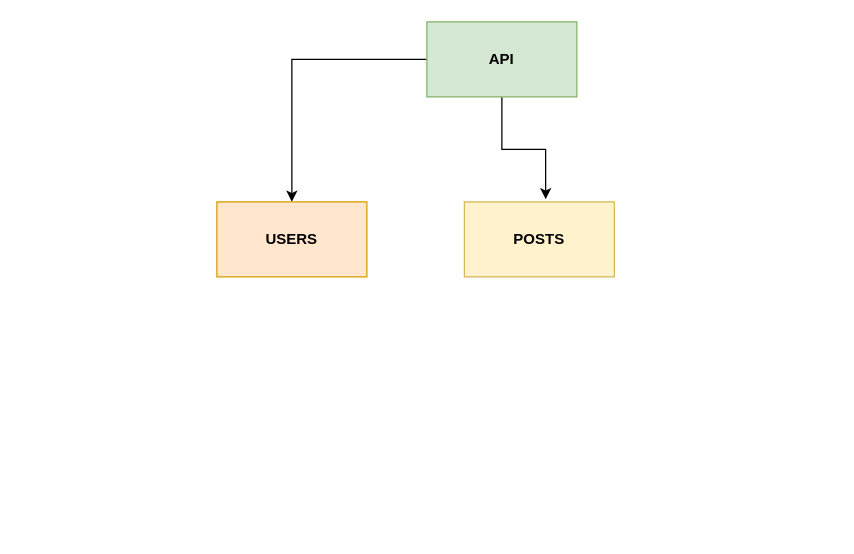
Buzzaw91/BlogStack keeps this draw.io diagram as Blog Stack API.drawio. Above is the earlier version. Source tidied: cells renumbered, new cells numbered last; positions are measured from the earlier drawing's top-left corner, leaving out a move shared by most shapes. Both pictures are drawn from the tidied source at 125%, with x=0, y=0 at pixel (216, 21).
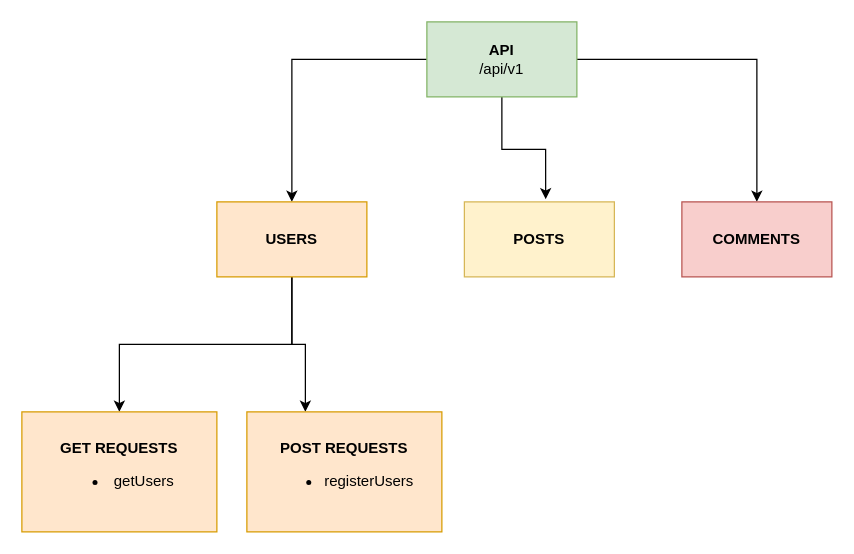
The same diagram, later.

Change to the diagram source:
```diff
@@
 <mxGraphModel>
   <root>
     <mxCell id="0" />
     <mxCell id="1" parent="0" />
     <mxCell id="2" style="edgeStyle=orthogonalEdgeStyle;rounded=0;jettySize=auto;html=1;entryX=0.5;entryY=0;entryDx=0;entryDy=0;" parent="1" edge="1" source="4" target="5">
       <mxGeometry relative="1" as="geometry" />
     </mxCell>
     <mxCell id="3" style="edgeStyle=orthogonalEdgeStyle;rounded=0;jettySize=auto;html=1;entryX=0.542;entryY=-0.036;entryDx=0;entryDy=0;entryPerimeter=0;" parent="1" edge="1" source="4" target="6">
       <mxGeometry relative="1" as="geometry" />
     </mxCell>
+    <mxCell id="7" style="edgeStyle=orthogonalEdgeStyle;rounded=0;jettySize=auto;html=1;entryX=0.5;entryY=0;entryDx=0;entryDy=0;" parent="1" edge="1" source="4" target="10">
+      <mxGeometry relative="1" as="geometry" />
+    </mxCell>
-    <mxCell id="4" value="&lt;b&gt;API&lt;/b&gt;" style="rounded=0;whiteSpace=wrap;html=1;fillColor=#d5e8d4;strokeColor=#82b366;" parent="1" vertex="1">
+    <mxCell id="4" value="&lt;b&gt;API&lt;/b&gt;&lt;br&gt;/api/v1" style="rounded=0;whiteSpace=wrap;html=1;fillColor=#d5e8d4;strokeColor=#82b366;" parent="1" vertex="1">
       <mxGeometry x="168" width="120" height="60" as="geometry" />
     </mxCell>
+    <mxCell id="8" style="edgeStyle=orthogonalEdgeStyle;rounded=0;jettySize=auto;html=1;entryX=0.3;entryY=0;entryDx=0;entryDy=0;entryPerimeter=0;" parent="1" edge="1" source="5" target="12">
+      <mxGeometry relative="1" as="geometry" />
+    </mxCell>
+    <mxCell id="9" style="edgeStyle=orthogonalEdgeStyle;rounded=0;jettySize=auto;html=1;entryX=0.5;entryY=0;entryDx=0;entryDy=0;" parent="1" edge="1" source="5" target="11">
+      <mxGeometry relative="1" as="geometry" />
+    </mxCell>
     <mxCell id="5" value="&lt;b&gt;USERS&lt;/b&gt;" style="rounded=0;whiteSpace=wrap;html=1;fillColor=#ffe6cc;strokeColor=#d79b00;" parent="1" vertex="1">
       <mxGeometry y="144" width="120" height="60" as="geometry" />
     </mxCell>
     <mxCell id="6" value="&lt;b&gt;POSTS&lt;/b&gt;" style="rounded=0;whiteSpace=wrap;html=1;fillColor=#fff2cc;strokeColor=#d6b656;" parent="1" vertex="1">
       <mxGeometry x="198" y="144" width="120" height="60" as="geometry" />
     </mxCell>
+    <mxCell id="10" value="&lt;b&gt;COMMENTS&lt;/b&gt;" style="rounded=0;whiteSpace=wrap;html=1;fillColor=#f8cecc;strokeColor=#b85450;" parent="1" vertex="1">
+      <mxGeometry x="372" y="144" width="120" height="60" as="geometry" />
+    </mxCell>
+    <mxCell id="11" value="&lt;b&gt;GET REQUESTS&lt;/b&gt;&lt;br&gt;&lt;ul&gt;&lt;li&gt;getUsers&lt;/li&gt;&lt;/ul&gt;" style="rounded=0;whiteSpace=wrap;html=1;fillColor=#ffe6cc;strokeColor=#d79b00;" parent="1" vertex="1">
+      <mxGeometry x="-156" y="312" width="156" height="96" as="geometry" />
+    </mxCell>
+    <mxCell id="12" value="&lt;b&gt;POST REQUESTS&lt;/b&gt;&lt;br&gt;&lt;ul&gt;&lt;li&gt;registerUsers&lt;/li&gt;&lt;/ul&gt;" style="rounded=0;whiteSpace=wrap;html=1;fillColor=#ffe6cc;strokeColor=#d79b00;" parent="1" vertex="1">
+      <mxGeometry x="24" y="312" width="156" height="96" as="geometry" />
+    </mxCell>
   </root>
 </mxGraphModel>
```
